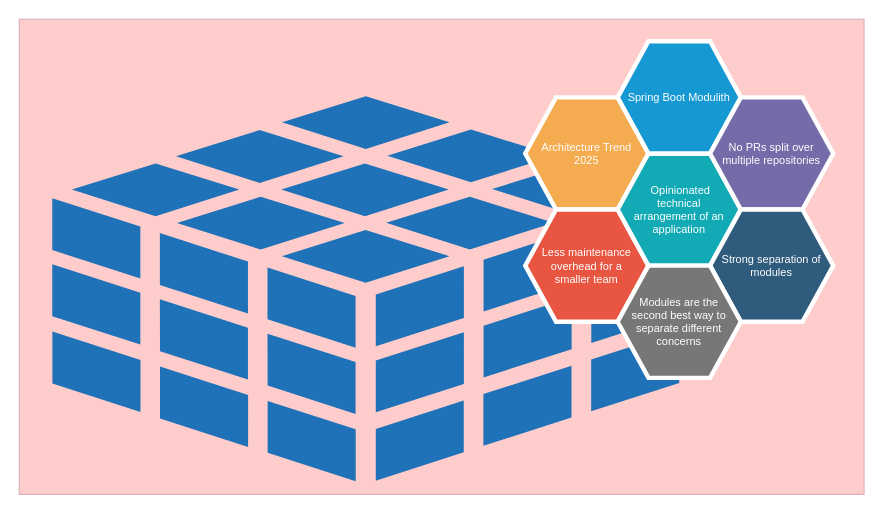
This is assets/drawio/hero-modulith_trend.drawio from steffenmueller4/steffenmueller4.github.io, a draw.io file, before an edit. Source tidied: cells renumbered, new cells numbered last; positions are measured from the earlier drawing's top-left corner, leaving out a move shared by most shapes. Both pictures are drawn from the tidied source at 110%, with x=0, y=0 at pixel (19, 19).
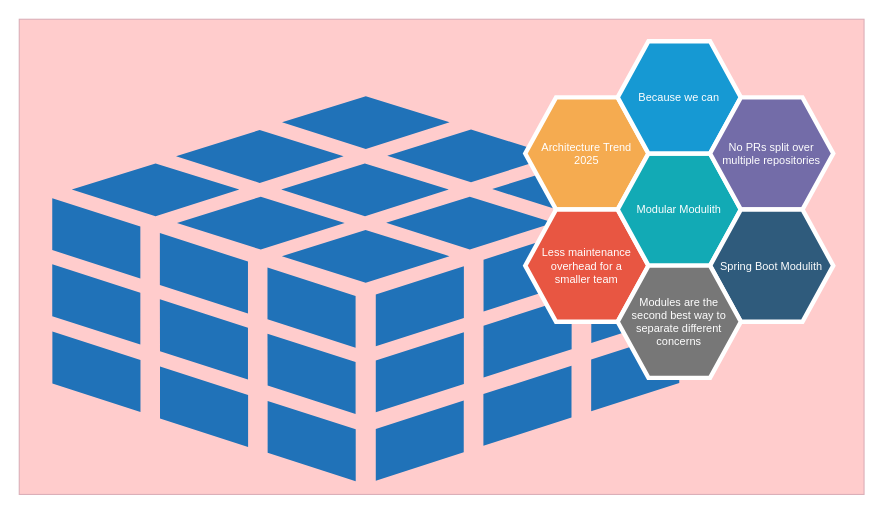
Above is the later version.

The edit, as a diff of the source:
```diff
@@
 <mxGraphModel>
   <root>
     <mxCell id="0" />
     <mxCell id="1" parent="0" />
     <mxCell id="2" style="rounded=0;whiteSpace=wrap;html=1;imageWidth=200;imageHeight=24;fillColor=#FFCCCC;strokeColor=#DBAFB8;gradientDirection=west;imageAspect=0;" parent="1" vertex="1">
       <mxGeometry width="768" height="432" as="geometry" />
     </mxCell>
     <mxCell id="3" style="sketch=0;shadow=0;dashed=0;html=1;strokeColor=none;labelPosition=center;verticalLabelPosition=bottom;verticalAlign=top;align=center;shape=mxgraph.office.databases.database_cube;fillColor=#2072B8;" parent="1" vertex="1">
       <mxGeometry x="30" y="70" width="570" height="350" as="geometry" />
     </mxCell>
     <mxCell id="4" value="Architecture Trend 2025" style="shape=hexagon;strokeWidth=4;html=1;fillColor=#F5AB50;strokeColor=#ffffff;shadow=0;fontSize=10;fontColor=#FFFFFF;align=center;fontStyle=0;whiteSpace=wrap;spacing=10;rounded=0;" parent="1" vertex="1">
       <mxGeometry x="460" y="71" width="112" height="102" as="geometry" />
     </mxCell>
     <mxCell id="5" value="Less maintenance overhead for a smaller team" style="shape=hexagon;strokeWidth=4;html=1;fillColor=#E85642;strokeColor=#ffffff;shadow=0;fontSize=10;fontColor=#FFFFFF;align=center;fontStyle=0;whiteSpace=wrap;spacing=10;rounded=0;" parent="1" vertex="1">
       <mxGeometry x="460" y="173" width="112" height="102" as="geometry" />
     </mxCell>
-    <mxCell id="6" value="&amp;nbsp;Opinionated technical arrangement of an application" style="shape=hexagon;strokeWidth=4;html=1;fillColor=#12AAB5;strokeColor=#ffffff;shadow=0;fontSize=10;fontColor=#FFFFFF;align=center;fontStyle=0;whiteSpace=wrap;spacing=10;rounded=0;" parent="1" vertex="1">
+    <mxCell id="6" value="Modular Modulith" style="shape=hexagon;strokeWidth=4;html=1;fillColor=#12AAB5;strokeColor=#ffffff;shadow=0;fontSize=10;fontColor=#FFFFFF;align=center;fontStyle=0;whiteSpace=wrap;spacing=10;rounded=0;" parent="1" vertex="1">
       <mxGeometry x="544" y="122" width="112" height="102" as="geometry" />
     </mxCell>
-    <mxCell id="7" value="Spring Boot Modulith" style="shape=hexagon;strokeWidth=4;html=1;fillColor=#1699D3;strokeColor=#ffffff;shadow=0;fontSize=10;fontColor=#FFFFFF;align=center;fontStyle=0;whiteSpace=wrap;spacing=10;rounded=0;" parent="1" vertex="1">
+    <mxCell id="7" value="Because we can" style="shape=hexagon;strokeWidth=4;html=1;fillColor=#1699D3;strokeColor=#ffffff;shadow=0;fontSize=10;fontColor=#FFFFFF;align=center;fontStyle=0;whiteSpace=wrap;spacing=10;rounded=0;" parent="1" vertex="1">
       <mxGeometry x="544" y="20" width="112" height="102" as="geometry" />
     </mxCell>
     <mxCell id="8" value="No PRs split over multiple repositories" style="shape=hexagon;strokeWidth=4;html=1;fillColor=#736CA8;strokeColor=#ffffff;shadow=0;fontSize=10;fontColor=#FFFFFF;align=center;fontStyle=0;whiteSpace=wrap;spacing=10;rounded=0;" parent="1" vertex="1">
       <mxGeometry x="628" y="71" width="112" height="102" as="geometry" />
     </mxCell>
-    <mxCell id="9" value="Strong separation of modules" style="shape=hexagon;strokeWidth=4;html=1;fillColor=#2F5B7C;strokeColor=#ffffff;shadow=0;fontSize=10;fontColor=#FFFFFF;align=center;fontStyle=0;whiteSpace=wrap;spacing=10;rounded=0;" parent="1" vertex="1">
+    <mxCell id="9" value="Spring Boot Modulith" style="shape=hexagon;strokeWidth=4;html=1;fillColor=#2F5B7C;strokeColor=#ffffff;shadow=0;fontSize=10;fontColor=#FFFFFF;align=center;fontStyle=0;whiteSpace=wrap;spacing=10;rounded=0;" parent="1" vertex="1">
       <mxGeometry x="628" y="173" width="112" height="102" as="geometry" />
     </mxCell>
     <mxCell id="10" value="Modules are the second best way to separate different concerns" style="shape=hexagon;strokeWidth=4;html=1;fillColor=#777777;strokeColor=#ffffff;shadow=0;fontSize=10;fontColor=#FFFFFF;align=center;fontStyle=0;whiteSpace=wrap;spacing=10;rounded=0;" parent="1" vertex="1">
       <mxGeometry x="544" y="224" width="112" height="102" as="geometry" />
     </mxCell>
   </root>
 </mxGraphModel>
```
